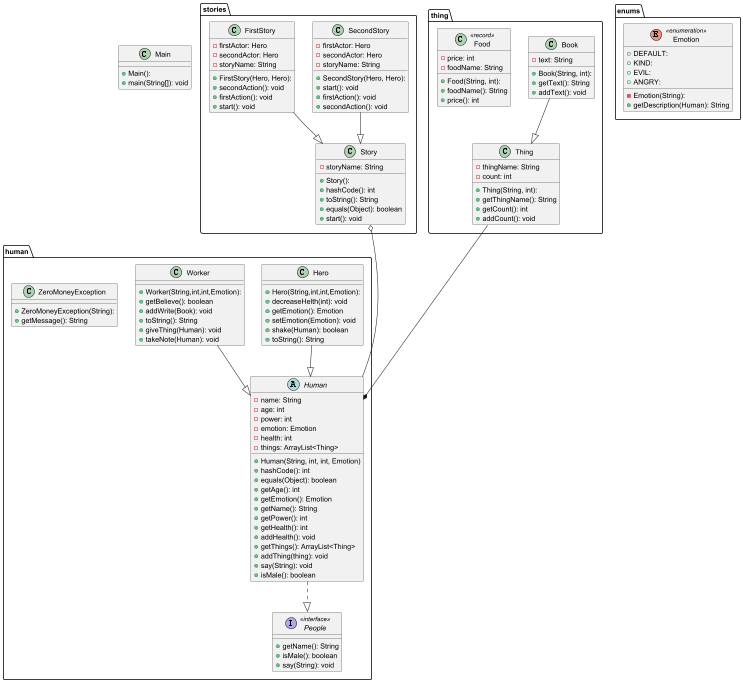
This is proga/lab3/src/диаграмма.png from julliiua/itmo, a PlantUML export, as it was before one commit. The source it was exported from:
```plantuml
@startuml
package human {
    interface People << interface >> {
      + getName(): String
      + isMale(): boolean
      + say(String): void
    }

    abstract class Human{
      +Human(String, int, int, Emotion)
      - name: String
      - age: int
      - power: int
      - emotion: Emotion
      - health: int
      - things: ArrayList<Thing>
      + hashCode(): int
      + equals(Object): boolean
      + getAge(): int
      + getEmotion(): Emotion
      + getName(): String
      + getPower(): int
      + getHealth(): int
      + addHealth(): void
      + getThings(): ArrayList<Thing>
      + addThing(thing): void
      + say(String): void
      + isMale(): boolean
    }
    class Hero{
      + Hero(String,int,int,Emotion):
      + decreaseHelth(int): void
      + getEmotion(): Emotion
      + setEmotion(Emotion): void
      + shake(Human): boolean
      + toString(): String
    }
    Hero --|>  Human
    class Worker{
      + Worker(String,int,int,Emotion):
      + getBelieve(): boolean
      + addWrite(Book): void
      + toString(): String
      + giveThing(Human): void
      + takeNote(Human): void
    }
    class ZeroMoneyException {
      + ZeroMoneyException(String):
      + getMessage(): String
    }
    Worker --|>  Human

}
Human  ..|>  People
package enums{
    enum Emotion << enumeration >> {
       - Emotion(String):
       + DEFAULT:
       + KIND:
       + EVIL:
       + ANGRY:
       + getDescription(Human): String
    }
}
package stories{
    class SecondStory {
      + SecondStory(Hero, Hero):
      - firstActor: Hero
      - secondActor: Hero
      - storyName: String
      + start(): void
      + firstAction(): void
      + secondAction(): void
    }

    class FirstStory {
      + FirstStory(Hero, Hero):
      - firstActor: Hero
      - secondActor: Hero
      - storyName: String
      + secondAction(): void
      + firstAction(): void
      + start(): void
    }

    class Story {
      + Story():
      - storyName: String
      + hashCode(): int
      + toString(): String
      + equals(Object): boolean
      + start(): void
    }
}
SecondStory         --|>  Story
FirstStory          --|>  Story
package thing{
    class Book {
       + Book(String, int):
       - text: String
       + getText(): String
       + addText(): void
    }
    class Thing{
       + Thing(String, int):
       - thingName: String
       - count: int
       + getThingName(): String
       + getCount(): int
       + addCount(): void
    }
    Book --|> Thing
    class Food << record >> {
      + Food(String, int):
      - price: int
      - foodName: String
      + foodName(): String
      + price(): int
    }
}
class Main {
  + Main():
  + main(String[]): void
}

Story o--- Human
Thing ---* Human
@enduml
```
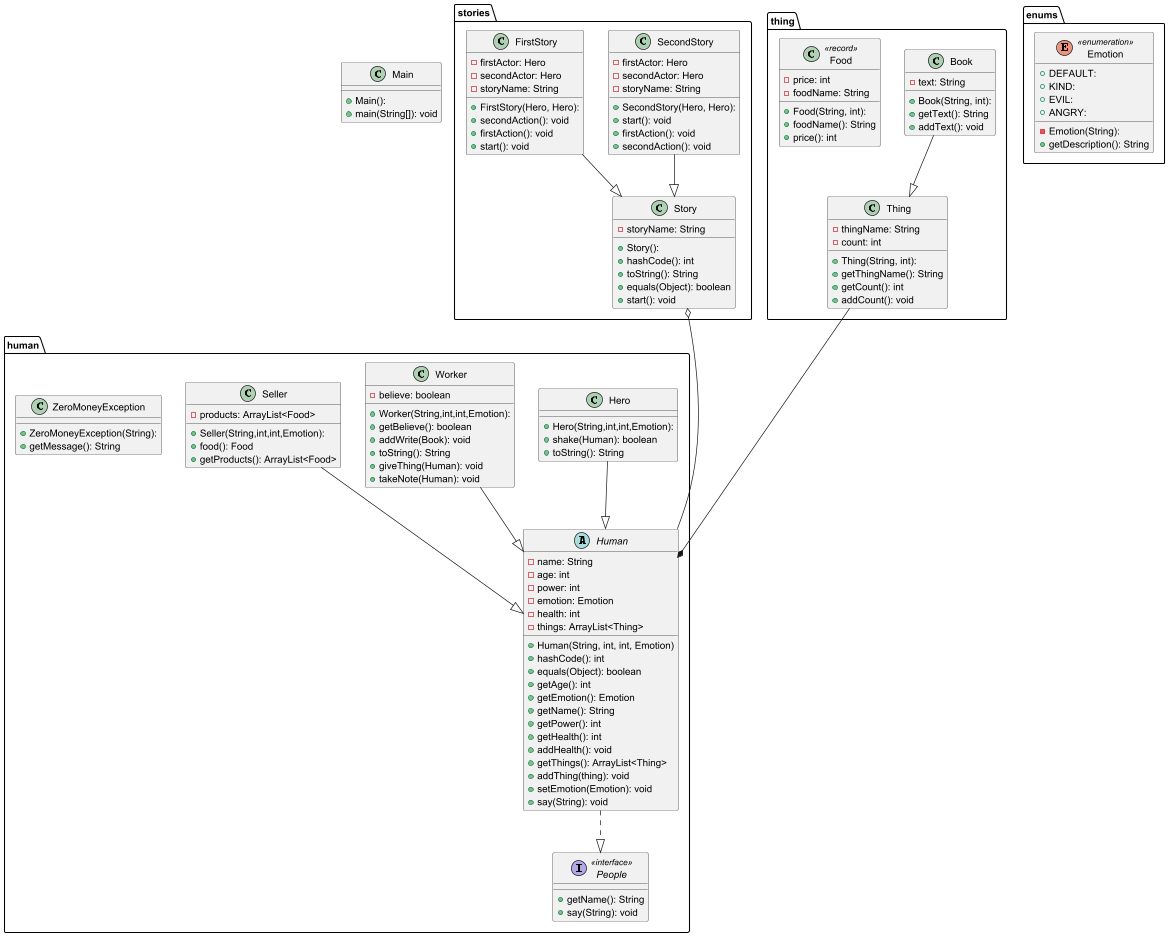
The same file after the commit.

Change to the diagram source:
```diff
@@ -2,7 +2,6 @@
 package human {
     interface People << interface >> {
       + getName(): String
-      + isMale(): boolean
       + say(String): void
     }
 
@@ -24,26 +23,33 @@
       + addHealth(): void
       + getThings(): ArrayList<Thing>
       + addThing(thing): void
+      + setEmotion(Emotion): void
       + say(String): void
-      + isMale(): boolean
     }
     class Hero{
       + Hero(String,int,int,Emotion):
-      + decreaseHelth(int): void
-      + getEmotion(): Emotion
-      + setEmotion(Emotion): void
       + shake(Human): boolean
       + toString(): String
     }
     Hero --|>  Human
     class Worker{
       + Worker(String,int,int,Emotion):
+      -believe: boolean
       + getBelieve(): boolean
       + addWrite(Book): void
       + toString(): String
       + giveThing(Human): void
       + takeNote(Human): void
     }
+    class Seller{
+      + Seller(String,int,int,Emotion):
+      - products: ArrayList<Food>
+      + food(): Food
+      + getProducts(): ArrayList<Food>
+
+
+    }
+    Seller --|> Human
     class ZeroMoneyException {
       + ZeroMoneyException(String):
       + getMessage(): String
@@ -59,7 +65,7 @@
        + KIND:
        + EVIL:
        + ANGRY:
-       + getDescription(Human): String
+       + getDescription(): String
     }
 }
 package stories{
```
